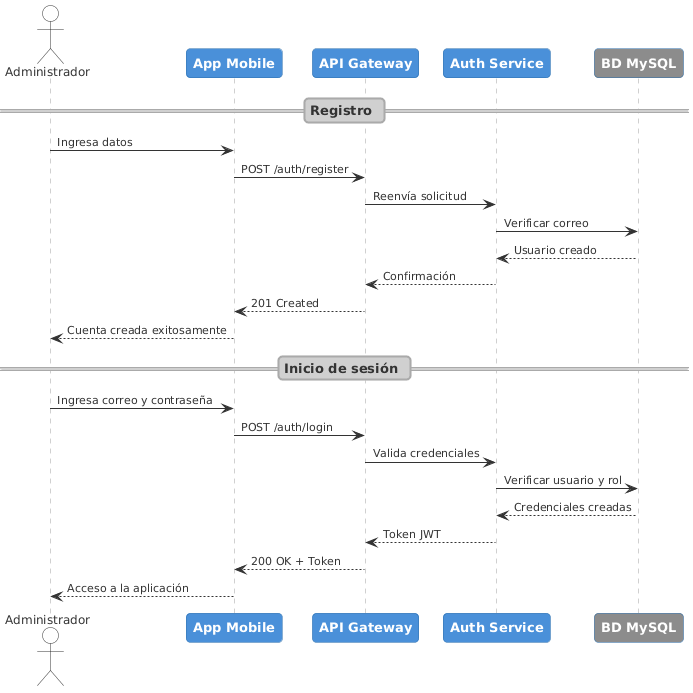
The PlantUML diagram assets/img/secuencia1.png in Condomia/Edifika-report, before a commit.
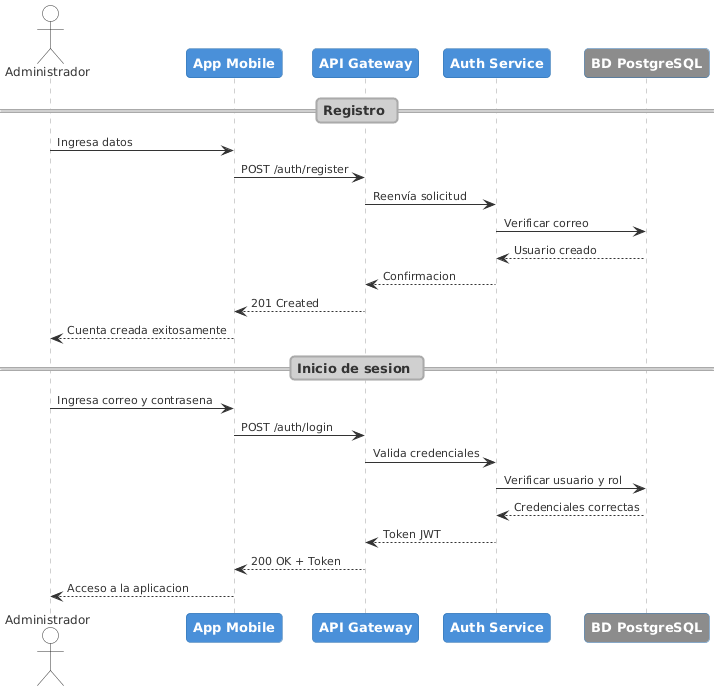
After the commit.

Change to the diagram source:
```diff
@@ -32,7 +32,7 @@
 participant "App Mobile" as App
 participant "API Gateway" as Gateway
 participant "Auth Service" as Auth
-participant "BD MySQL" as BD #8C8C8C
+participant "BD PostgreSQL" as BD #8C8C8C
 
 == Registro ==
 Administrador -> App : Ingresa datos
@@ -40,17 +40,17 @@
 Gateway -> Auth : Reenvía solicitud
 Auth -> BD : Verificar correo
 BD --> Auth : Usuario creado
-Auth --> Gateway : Confirmación
+Auth --> Gateway : Confirmacion
 Gateway --> App : 201 Created
 App --> Administrador : Cuenta creada exitosamente
 
-== Inicio de sesión ==
-Administrador -> App : Ingresa correo y contraseña
+== Inicio de sesion ==
+Administrador -> App : Ingresa correo y contrasena
 App -> Gateway : POST /auth/login
 Gateway -> Auth : Valida credenciales
 Auth -> BD : Verificar usuario y rol
-BD --> Auth : Credenciales creadas
+BD --> Auth : Credenciales correctas
 Auth --> Gateway : Token JWT
 Gateway --> App : 200 OK + Token
-App --> Administrador : Acceso a la aplicación
+App --> Administrador : Acceso a la aplicacion
 @enduml
```
